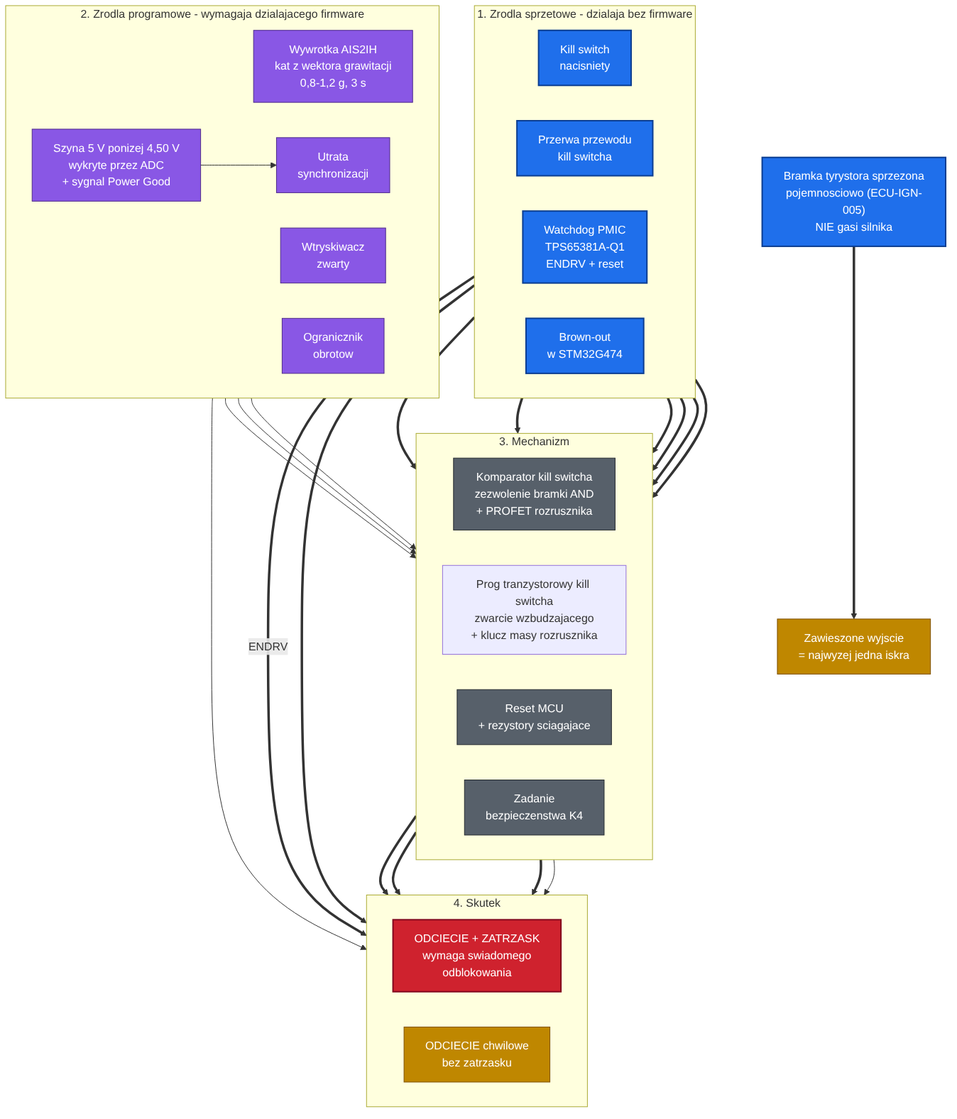
DustWorx/DustONE-project-docs keeps this Mermaid diagram as diagrams/diagram-bezpieczenstwa.png. Above is the earlier version. Its source is kept beside it as diagrams/diagram-bezpieczenstwa.mermaid.
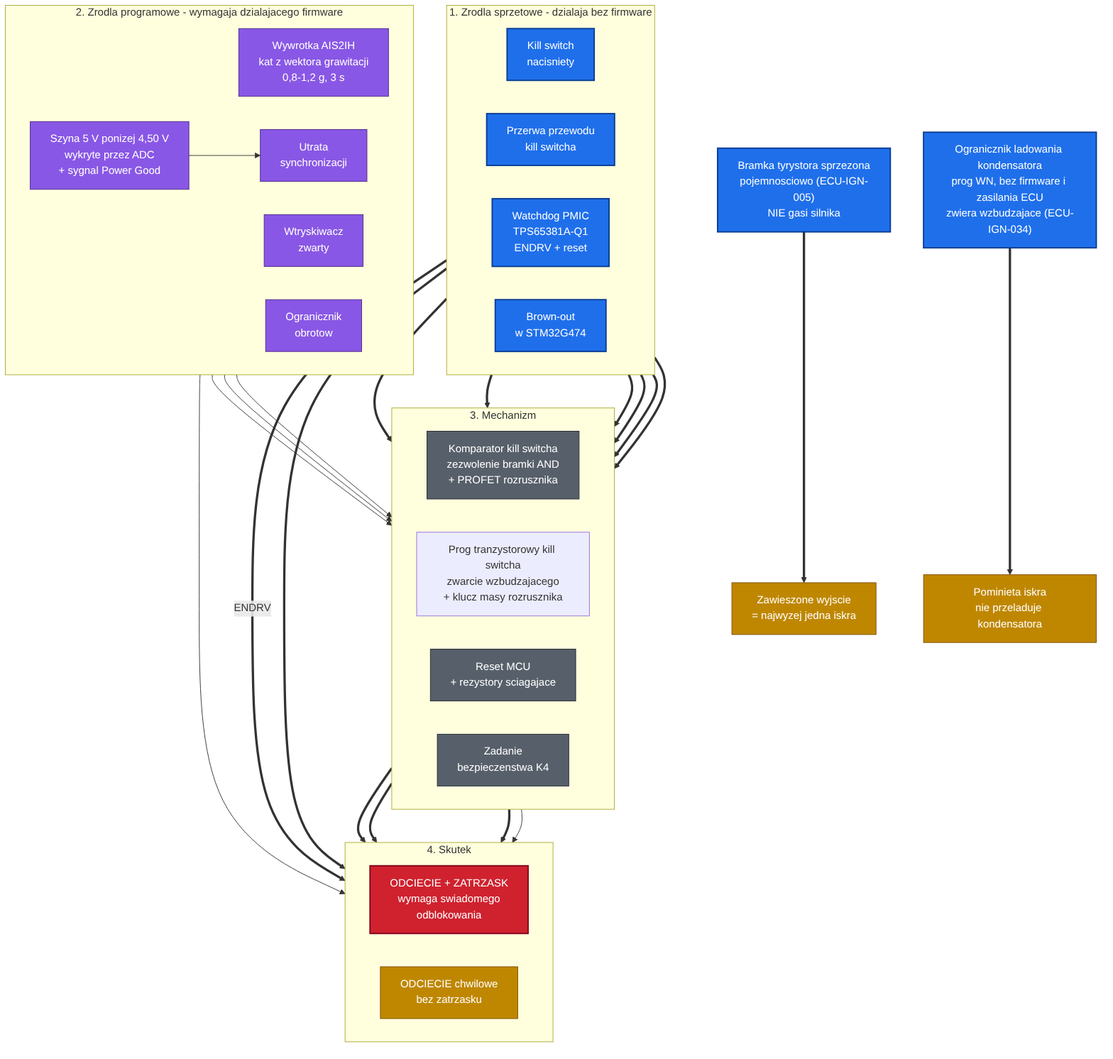
After the change.

Change to the diagram source:
```diff
@@ -54,6 +54,8 @@
 
     HRT["Bramka tyrystora sprzezona<br/>pojemnosciowo (ECU-IGN-005)<br/>NIE gasi silnika"]
     HRT ==> LIMIT["Zawieszone wyjscie<br/>= najwyzej jedna iskra"]
+    CHG["Ogranicznik ladowania kondensatora<br/>prog WN, bez firmware i zasilania ECU<br/>zwiera wzbudzajace (ECU-IGN-034)"]
+    CHG ==> CHG_L["Pominieta iskra<br/>nie przeladuje kondensatora"]
 
     classDef hw fill:#1f6feb,stroke:#0b3d91,color:#ffffff,stroke-width:2px
     classDef fw fill:#8957e5,stroke:#4c2889,color:#ffffff
@@ -61,8 +63,8 @@
     classDef latch fill:#cf222e,stroke:#82071e,color:#ffffff,stroke-width:2px
     classDef soft fill:#bf8700,stroke:#7d4e00,color:#ffffff
 
-    class KS_PRESS,KS_BREAK,WDG,BOR,HRT hw
+    class KS_PRESS,KS_BREAK,WDG,BOR,HRT,CHG hw
     class IMU_F,SYNC,INJ_S,RAIL,REV fw
     class CMP,RST,FWT mech
     class CUT_L latch
-    class CUT_T,LIMIT soft
+    class CUT_T,LIMIT,CHG_L soft
```
